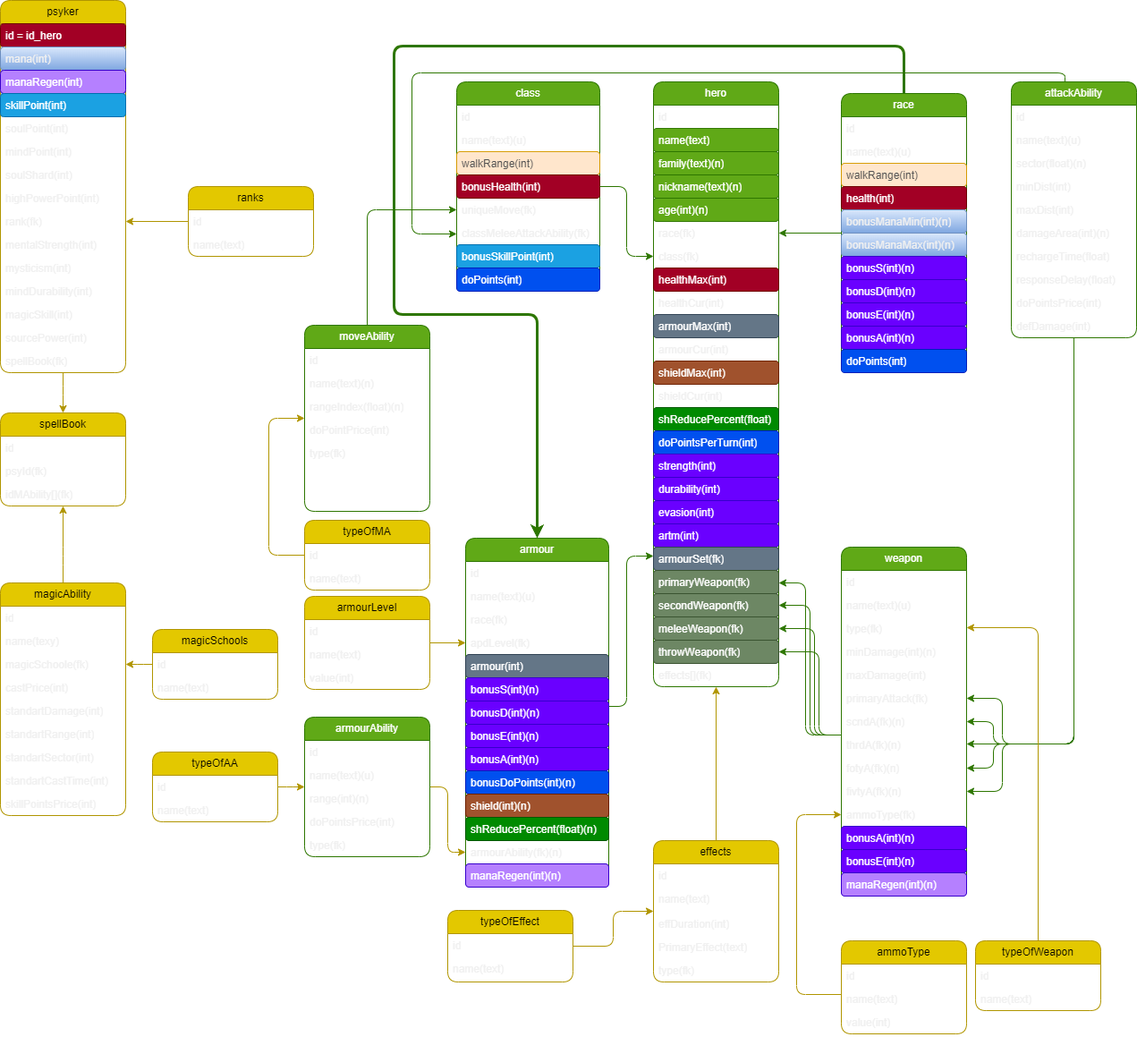
The draw.io diagram Taeron's_Table_Top_RolePlay_Warhammer_40,000_Game_Library_cuted.drawio.png in Taeron-Te/WahaGIT, before a commit. Source tidied: cells renumbered, new cells last; positions are measured from the earlier drawing's top-left corner, leaving out a move shared by most shapes.
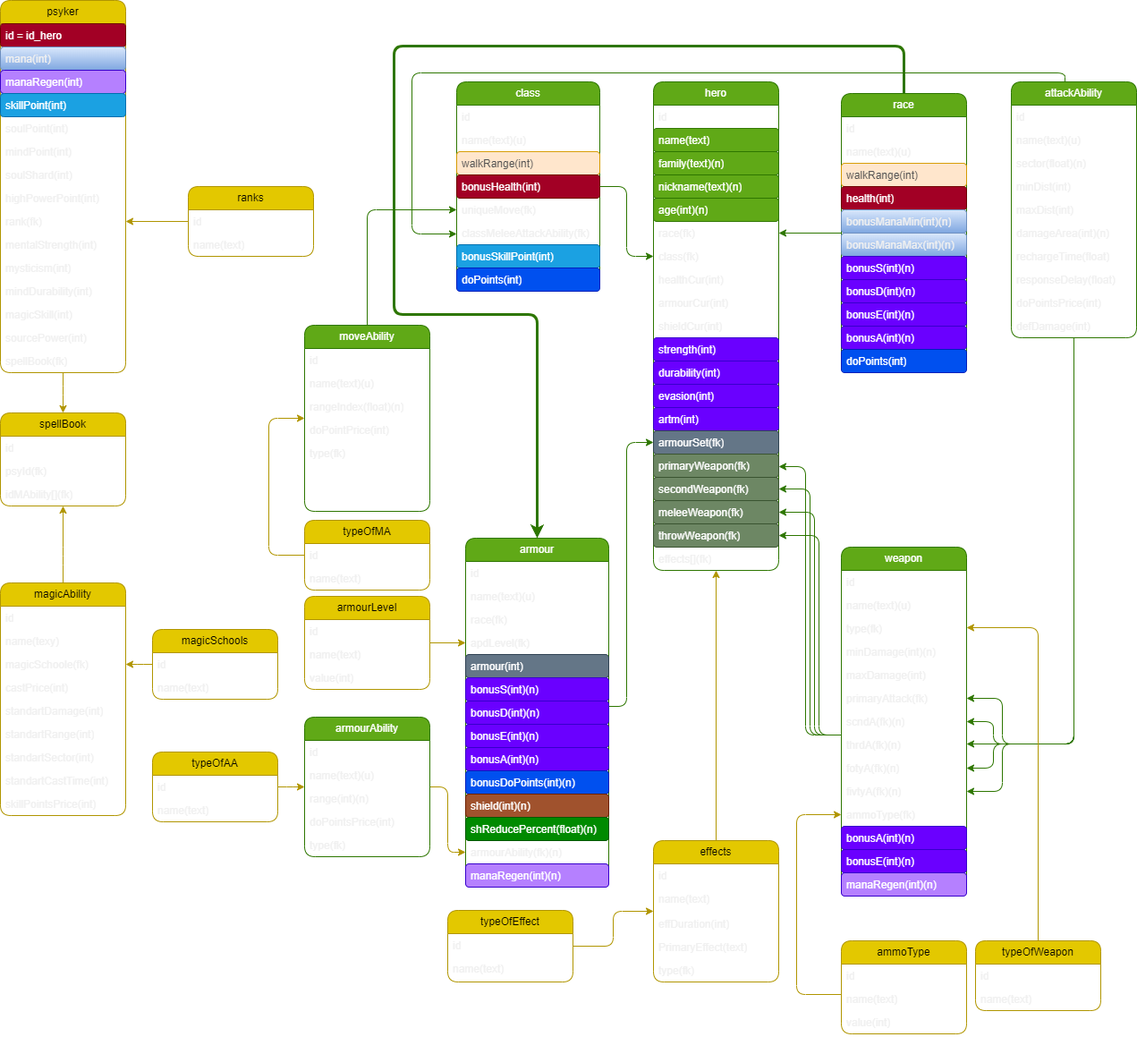
The same file after the commit.

Commit message:
Обрезание героя, часть 1

The edit, as a diff of the source:
```diff
@@ -3,7 +3,7 @@
     <mxCell id="0" />
     <mxCell id="1" parent="0" />
     <mxCell id="2" value="hero" style="swimlane;fontStyle=0;horizontal=1;startSize=26;fillColor=#60a917;whiteSpace=wrap;html=1;fontColor=#ffffff;strokeColor=#2D7600;rounded=1;" parent="1" vertex="1">
-      <mxGeometry x="730" y="91" width="140" height="676" as="geometry" />
+      <mxGeometry x="730" y="91" width="140" height="546" as="geometry" />
     </mxCell>
     <mxCell id="3" value="id" style="text;strokeColor=none;fillColor=none;align=left;verticalAlign=top;spacingLeft=4;spacingRight=4;overflow=hidden;whiteSpace=wrap;html=1;rounded=1;" parent="2" vertex="1">
       <mxGeometry y="26" width="140" height="26" as="geometry" />
@@ -26,59 +26,44 @@
     <mxCell id="9" value="class(fk)" style="text;strokeColor=none;fillColor=none;align=left;verticalAlign=top;spacingLeft=4;spacingRight=4;overflow=hidden;points=[[0,0.5],[1,0.5]];portConstraint=eastwest;whiteSpace=wrap;html=1;rounded=1;" parent="2" vertex="1">
       <mxGeometry y="182" width="140" height="26" as="geometry" />
     </mxCell>
-    <mxCell id="10" value="healthMax(int)" style="text;strokeColor=#6F0000;fillColor=#a20025;align=left;verticalAlign=top;spacingLeft=4;spacingRight=4;overflow=hidden;whiteSpace=wrap;html=1;fontColor=#ffffff;rounded=1;" parent="2" vertex="1">
-      <mxGeometry y="208" width="140" height="26" as="geometry" />
-    </mxCell>
     <mxCell id="11" value="healthCur(int)" style="text;align=left;verticalAlign=top;spacingLeft=4;spacingRight=4;overflow=hidden;whiteSpace=wrap;html=1;rounded=1;" parent="2" vertex="1">
-      <mxGeometry y="234" width="140" height="26" as="geometry" />
+      <mxGeometry y="208" width="140" height="26" as="geometry" />
     </mxCell>
-    <mxCell id="12" value="armourMax(int)" style="text;strokeColor=#314354;fillColor=#647687;align=left;verticalAlign=top;spacingLeft=4;spacingRight=4;overflow=hidden;whiteSpace=wrap;html=1;fontColor=#ffffff;rounded=1;" parent="2" vertex="1">
-      <mxGeometry y="260" width="140" height="26" as="geometry" />
-    </mxCell>
     <mxCell id="13" value="armourCur(int)" style="text;align=left;verticalAlign=top;spacingLeft=4;spacingRight=4;overflow=hidden;whiteSpace=wrap;html=1;rounded=1;" parent="2" vertex="1">
-      <mxGeometry y="286" width="140" height="26" as="geometry" />
+      <mxGeometry y="234" width="140" height="26" as="geometry" />
     </mxCell>
-    <mxCell id="14" value="shieldMax(int)" style="text;strokeColor=#6D1F00;fillColor=#a0522d;align=left;verticalAlign=top;spacingLeft=4;spacingRight=4;overflow=hidden;whiteSpace=wrap;html=1;fontColor=#ffffff;rounded=1;" parent="2" vertex="1">
-      <mxGeometry y="312" width="140" height="26" as="geometry" />
-    </mxCell>
     <mxCell id="15" value="shieldCur(int)" style="text;align=left;verticalAlign=top;spacingLeft=4;spacingRight=4;overflow=hidden;whiteSpace=wrap;html=1;rounded=1;" parent="2" vertex="1">
-      <mxGeometry y="338" width="140" height="26" as="geometry" />
+      <mxGeometry y="260" width="140" height="26" as="geometry" />
     </mxCell>
-    <mxCell id="16" value="shReducePercent(float)" style="text;strokeColor=#005700;fillColor=#008a00;align=left;verticalAlign=top;spacingLeft=4;spacingRight=4;overflow=hidden;whiteSpace=wrap;html=1;fontColor=#ffffff;rounded=1;" parent="2" vertex="1">
-      <mxGeometry y="364" width="140" height="26" as="geometry" />
-    </mxCell>
-    <mxCell id="17" value="doPointsPerTurn(int)" style="text;align=left;verticalAlign=top;spacingLeft=4;spacingRight=4;overflow=hidden;whiteSpace=wrap;html=1;fillColor=#0050ef;fontColor=#ffffff;strokeColor=#001DBC;rounded=1;" parent="2" vertex="1">
-      <mxGeometry y="390" width="140" height="26" as="geometry" />
-    </mxCell>
     <mxCell id="18" value="strength(int)" style="text;strokeColor=#3700CC;fillColor=#6a00ff;align=left;verticalAlign=top;spacingLeft=4;spacingRight=4;overflow=hidden;whiteSpace=wrap;html=1;fontColor=#ffffff;rounded=1;" parent="2" vertex="1">
-      <mxGeometry y="416" width="140" height="26" as="geometry" />
+      <mxGeometry y="286" width="140" height="26" as="geometry" />
     </mxCell>
     <mxCell id="19" value="durability(int)" style="text;strokeColor=#3700CC;fillColor=#6a00ff;align=left;verticalAlign=top;spacingLeft=4;spacingRight=4;overflow=hidden;whiteSpace=wrap;html=1;fontColor=#ffffff;rounded=1;" parent="2" vertex="1">
-      <mxGeometry y="442" width="140" height="26" as="geometry" />
+      <mxGeometry y="312" width="140" height="26" as="geometry" />
     </mxCell>
     <mxCell id="20" value="evasion(int)" style="text;strokeColor=#3700CC;fillColor=#6a00ff;align=left;verticalAlign=top;spacingLeft=4;spacingRight=4;overflow=hidden;whiteSpace=wrap;html=1;fontColor=#ffffff;rounded=1;" parent="2" vertex="1">
-      <mxGeometry y="468" width="140" height="26" as="geometry" />
+      <mxGeometry y="338" width="140" height="26" as="geometry" />
     </mxCell>
     <mxCell id="21" value="artm(int)" style="text;strokeColor=#3700CC;fillColor=#6a00ff;align=left;verticalAlign=top;spacingLeft=4;spacingRight=4;overflow=hidden;whiteSpace=wrap;html=1;fontColor=#ffffff;rounded=1;" parent="2" vertex="1">
-      <mxGeometry y="494" width="140" height="26" as="geometry" />
+      <mxGeometry y="364" width="140" height="26" as="geometry" />
     </mxCell>
     <mxCell id="22" value="armourSet(fk)" style="text;strokeColor=#314354;fillColor=#647687;align=left;verticalAlign=top;spacingLeft=4;spacingRight=4;overflow=hidden;points=[[0,0.5],[1,0.5]];portConstraint=eastwest;whiteSpace=wrap;html=1;fontColor=#ffffff;rounded=1;" parent="2" vertex="1">
-      <mxGeometry y="520" width="140" height="26" as="geometry" />
+      <mxGeometry y="390" width="140" height="26" as="geometry" />
     </mxCell>
     <mxCell id="23" value="primaryWeapon(fk)" style="text;strokeColor=#3A5431;fillColor=#6d8764;align=left;verticalAlign=top;spacingLeft=4;spacingRight=4;overflow=hidden;points=[[0,0.5],[1,0.5]];portConstraint=eastwest;whiteSpace=wrap;html=1;fontColor=#ffffff;rounded=1;" parent="2" vertex="1">
-      <mxGeometry y="546" width="140" height="26" as="geometry" />
+      <mxGeometry y="416" width="140" height="26" as="geometry" />
     </mxCell>
     <mxCell id="24" value="secondWeapon(fk)" style="text;strokeColor=#3A5431;fillColor=#6d8764;align=left;verticalAlign=top;spacingLeft=4;spacingRight=4;overflow=hidden;points=[[0,0.5],[1,0.5]];portConstraint=eastwest;whiteSpace=wrap;html=1;fontColor=#ffffff;rounded=1;" parent="2" vertex="1">
-      <mxGeometry y="572" width="140" height="26" as="geometry" />
+      <mxGeometry y="442" width="140" height="26" as="geometry" />
     </mxCell>
     <mxCell id="25" value="meleeWeapon(fk)" style="text;strokeColor=#3A5431;fillColor=#6d8764;align=left;verticalAlign=top;spacingLeft=4;spacingRight=4;overflow=hidden;points=[[0,0.5],[1,0.5]];portConstraint=eastwest;whiteSpace=wrap;html=1;fontColor=#ffffff;rounded=1;" parent="2" vertex="1">
-      <mxGeometry y="598" width="140" height="26" as="geometry" />
+      <mxGeometry y="468" width="140" height="26" as="geometry" />
     </mxCell>
     <mxCell id="26" value="throwWeapon(fk)" style="text;strokeColor=#3A5431;fillColor=#6d8764;align=left;verticalAlign=top;spacingLeft=4;spacingRight=4;overflow=hidden;points=[[0,0.5],[1,0.5]];portConstraint=eastwest;whiteSpace=wrap;html=1;fontColor=#ffffff;rounded=1;" parent="2" vertex="1">
-      <mxGeometry y="624" width="140" height="26" as="geometry" />
+      <mxGeometry y="494" width="140" height="26" as="geometry" />
     </mxCell>
     <mxCell id="27" value="effects[](fk)" style="text;align=left;verticalAlign=top;spacingLeft=4;spacingRight=4;overflow=hidden;points=[[0,0.5],[1,0.5]];portConstraint=eastwest;whiteSpace=wrap;html=1;rounded=1;" parent="2" vertex="1">
-      <mxGeometry y="650" width="140" height="26" as="geometry" />
+      <mxGeometry y="520" width="140" height="26" as="geometry" />
     </mxCell>
     <mxCell id="28" value="psyker" style="swimlane;fontStyle=0;horizontal=1;startSize=26;fillColor=#e3c800;whiteSpace=wrap;html=1;fontColor=#000000;strokeColor=#B09500;rounded=1;" parent="1" vertex="1">
       <mxGeometry width="140" height="416" as="geometry" />
@@ -208,7 +193,7 @@
       <mxGeometry relative="1" as="geometry">
         <Array as="points">
           <mxPoint x="900" y="821" />
-          <mxPoint x="900" y="651" />
+          <mxPoint x="900" y="521" />
         </Array>
       </mxGeometry>
     </mxCell>
@@ -216,7 +201,7 @@
       <mxGeometry relative="1" as="geometry">
         <Array as="points">
           <mxPoint x="905" y="821" />
-          <mxPoint x="905" y="676" />
+          <mxPoint x="905" y="546" />
         </Array>
       </mxGeometry>
     </mxCell>
@@ -224,7 +209,7 @@
       <mxGeometry relative="1" as="geometry">
         <Array as="points">
           <mxPoint x="910" y="821" />
-          <mxPoint x="910" y="702" />
+          <mxPoint x="910" y="572" />
         </Array>
       </mxGeometry>
     </mxCell>
@@ -232,7 +217,7 @@
       <mxGeometry relative="1" as="geometry">
         <Array as="points">
           <mxPoint x="915" y="821" />
-          <mxPoint x="915" y="728" />
+          <mxPoint x="915" y="598" />
         </Array>
       </mxGeometry>
     </mxCell>
@@ -345,7 +330,7 @@
       <mxGeometry relative="1" as="geometry">
         <Array as="points">
           <mxPoint x="700" y="789" />
-          <mxPoint x="700" y="621" />
+          <mxPoint x="700" y="494" />
         </Array>
       </mxGeometry>
     </mxCell>
@@ -500,7 +485,7 @@
     <mxCell id="147" value="id" style="text;strokeColor=none;fillColor=none;align=left;verticalAlign=top;spacingLeft=4;spacingRight=4;overflow=hidden;whiteSpace=wrap;html=1;rounded=1;" parent="146" vertex="1">
       <mxGeometry y="26" width="140" height="26" as="geometry" />
     </mxCell>
-    <mxCell id="148" value="name(text)(n)" style="text;strokeColor=none;fillColor=none;align=left;verticalAlign=top;spacingLeft=4;spacingRight=4;overflow=hidden;whiteSpace=wrap;html=1;rounded=1;" parent="146" vertex="1">
+    <mxCell id="148" value="name(text)(u)" style="text;strokeColor=none;fillColor=none;align=left;verticalAlign=top;spacingLeft=4;spacingRight=4;overflow=hidden;whiteSpace=wrap;html=1;rounded=1;" parent="146" vertex="1">
       <mxGeometry y="52" width="140" height="26" as="geometry" />
     </mxCell>
     <mxCell id="149" value="rangeIndex(float)(n)" style="text;strokeColor=none;fillColor=none;align=left;verticalAlign=top;spacingLeft=4;spacingRight=4;overflow=hidden;whiteSpace=wrap;html=1;rounded=1;" parent="146" vertex="1">
```
